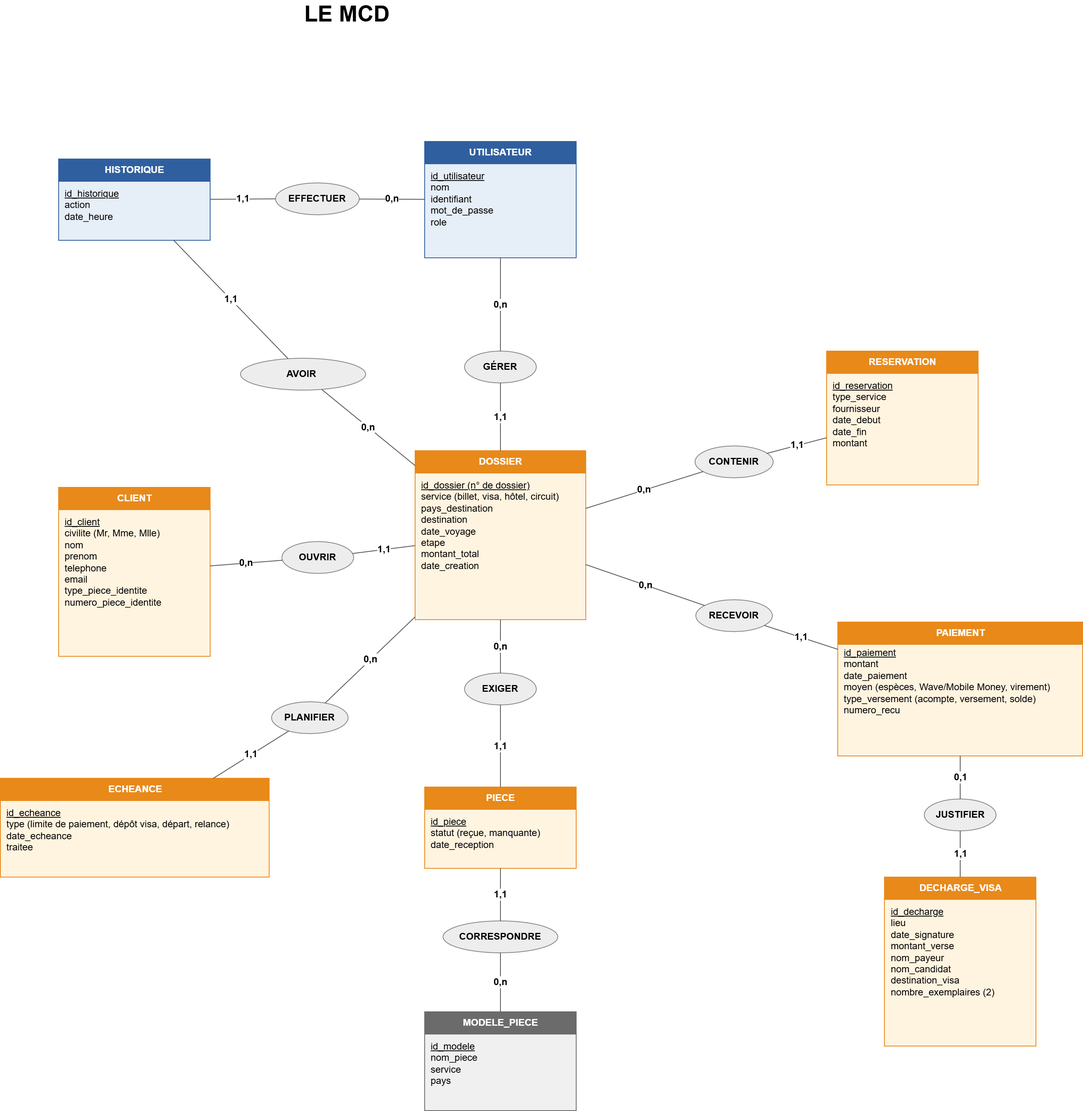
Earlier version of the draw.io export modelisation/mcd.png (Desire6893/agence-de-voyage). Source tidied: cells renumbered, new cells last; positions are measured from the earlier drawing's top-left corner, leaving out a move shared by most shapes.
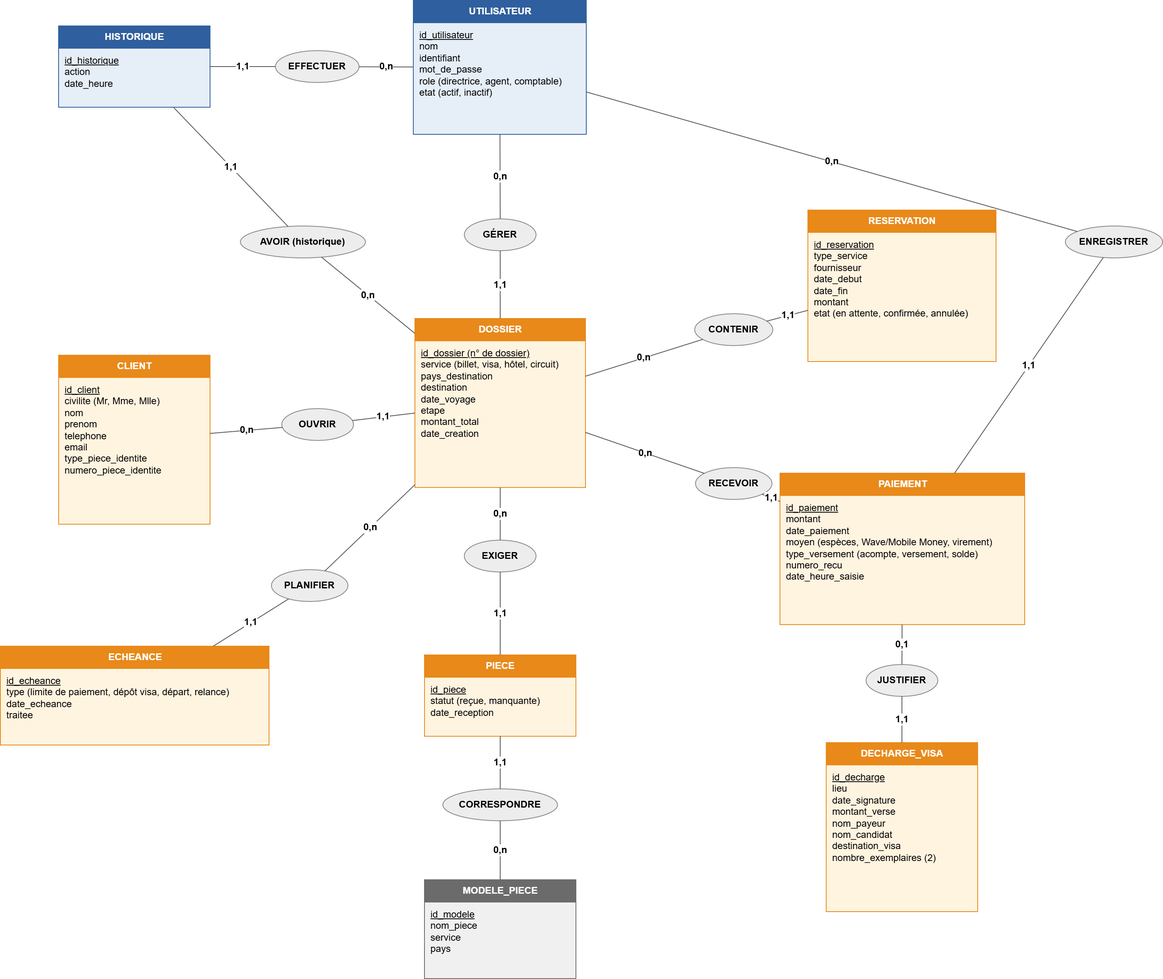
Above is the later version.

Commit message:
Mise à jour du mcd

What changed in the source:
```diff
@@ -15,31 +15,31 @@
       <mxGeometry y="30" width="214" height="180" as="geometry" />
     </mxCell>
     <mxCell id="6" value="UTILISATEUR" style="swimlane;fontStyle=1;startSize=28;fillColor=#2F5F9E;fontColor=#FFFFFF;strokeColor=#2F5F9E;swimlaneFillColor=#E6EEF8;html=1;" parent="1" vertex="1">
-      <mxGeometry x="532" y="175" width="190" height="146" as="geometry" />
+      <mxGeometry x="518" y="164" width="217" height="168" as="geometry" />
     </mxCell>
-    <mxCell id="7" value="&lt;u&gt;id_utilisateur&lt;/u&gt;&lt;br&gt;nom&lt;br&gt;identifiant&lt;br&gt;mot_de_passe&lt;br&gt;role" style="text;html=1;align=left;verticalAlign=top;spacingLeft=6;whiteSpace=wrap;fontSize=12;" parent="6" vertex="1">
-      <mxGeometry y="30" width="190" height="114" as="geometry" />
+    <mxCell id="7" value="&lt;u&gt;id_utilisateur&lt;/u&gt;&lt;br&gt;nom&lt;br&gt;identifiant&lt;br&gt;mot_de_passe&lt;br&gt;role (directrice, agent, comptable)&lt;br&gt;etat (actif, inactif)" style="text;html=1;align=left;verticalAlign=top;spacingLeft=6;whiteSpace=wrap;fontSize=12;" parent="6" vertex="1">
+      <mxGeometry y="30" width="217" height="136" as="geometry" />
     </mxCell>
     <mxCell id="8" value="HISTORIQUE" style="swimlane;fontStyle=1;startSize=28;fillColor=#2F5F9E;fontColor=#FFFFFF;strokeColor=#2F5F9E;swimlaneFillColor=#E6EEF8;html=1;" parent="1" vertex="1">
-      <mxGeometry x="73" y="197" width="190" height="102" as="geometry" />
+      <mxGeometry x="73" y="196" width="190" height="102" as="geometry" />
     </mxCell>
     <mxCell id="9" value="&lt;u&gt;id_historique&lt;/u&gt;&lt;br&gt;action&lt;br&gt;date_heure" style="text;html=1;align=left;verticalAlign=top;spacingLeft=6;whiteSpace=wrap;fontSize=12;" parent="8" vertex="1">
       <mxGeometry y="30" width="190" height="70" as="geometry" />
     </mxCell>
     <mxCell id="10" value="RESERVATION" style="swimlane;fontStyle=1;startSize=28;fillColor=#E8891A;fontColor=#FFFFFF;strokeColor=#E8891A;swimlaneFillColor=#FFF4E0;html=1;" parent="1" vertex="1">
-      <mxGeometry x="1036" y="438" width="190" height="168" as="geometry" />
+      <mxGeometry x="1013" y="427" width="236" height="190" as="geometry" />
     </mxCell>
-    <mxCell id="11" value="&lt;u&gt;id_reservation&lt;/u&gt;&lt;br&gt;type_service&lt;br&gt;fournisseur&lt;br&gt;date_debut&lt;br&gt;date_fin&lt;br&gt;montant" style="text;html=1;align=left;verticalAlign=top;spacingLeft=6;whiteSpace=wrap;fontSize=12;" parent="10" vertex="1">
-      <mxGeometry y="30" width="190" height="136" as="geometry" />
+    <mxCell id="11" value="&lt;u&gt;id_reservation&lt;/u&gt;&lt;br&gt;type_service&lt;br&gt;fournisseur&lt;br&gt;date_debut&lt;br&gt;date_fin&lt;br&gt;montant&lt;br&gt;etat (en attente, confirmée, annulée)" style="text;html=1;align=left;verticalAlign=top;spacingLeft=6;whiteSpace=wrap;fontSize=12;" parent="10" vertex="1">
+      <mxGeometry y="30" width="236" height="158" as="geometry" />
     </mxCell>
     <mxCell id="12" value="PAIEMENT" style="swimlane;fontStyle=1;startSize=28;fillColor=#E8891A;fontColor=#FFFFFF;strokeColor=#E8891A;swimlaneFillColor=#FFF4E0;html=1;" parent="1" vertex="1">
-      <mxGeometry x="1050" y="778" width="307" height="168" as="geometry" />
+      <mxGeometry x="978" y="757" width="307" height="190" as="geometry" />
     </mxCell>
-    <mxCell id="13" value="&lt;u&gt;id_paiement&lt;/u&gt;&lt;br&gt;montant&lt;br&gt;date_paiement&lt;br&gt;moyen (espèces, Wave/Mobile Money, virement)&lt;br&gt;type_versement (acompte, versement, solde)&lt;br&gt;numero_recu" style="text;html=1;align=left;verticalAlign=top;spacingLeft=6;whiteSpace=wrap;fontSize=12;" parent="12" vertex="1">
-      <mxGeometry x="-0.5" y="25" width="307" height="136" as="geometry" />
+    <mxCell id="13" value="&lt;u&gt;id_paiement&lt;/u&gt;&lt;br&gt;montant&lt;br&gt;date_paiement&lt;br&gt;moyen (espèces, Wave/Mobile Money, virement)&lt;br&gt;type_versement (acompte, versement, solde)&lt;br&gt;numero_recu&lt;br&gt;date_heure_saisie" style="text;html=1;align=left;verticalAlign=top;spacingLeft=6;whiteSpace=wrap;fontSize=12;" parent="12" vertex="1">
+      <mxGeometry y="30" width="307" height="158" as="geometry" />
     </mxCell>
     <mxCell id="14" value="DECHARGE_VISA" style="swimlane;fontStyle=1;startSize=28;fillColor=#E8891A;fontColor=#FFFFFF;strokeColor=#E8891A;swimlaneFillColor=#FFF4E0;html=1;" parent="1" vertex="1">
-      <mxGeometry x="1108.5" y="1098" width="190" height="212" as="geometry" />
+      <mxGeometry x="1036" y="1095" width="190" height="212" as="geometry" />
     </mxCell>
     <mxCell id="15" value="&lt;u&gt;id_decharge&lt;/u&gt;&lt;br&gt;lieu&lt;br&gt;date_signature&lt;br&gt;montant_verse&lt;br&gt;nom_payeur&lt;br&gt;nom_candidat&lt;br&gt;destination_visa&lt;br&gt;nombre_exemplaires (2)" style="text;html=1;align=left;verticalAlign=top;spacingLeft=6;whiteSpace=wrap;fontSize=12;" parent="14" vertex="1">
       <mxGeometry y="30" width="190" height="180" as="geometry" />
@@ -63,7 +63,7 @@
       <mxGeometry y="30" width="337" height="92" as="geometry" />
     </mxCell>
     <mxCell id="22" value="OUVRIR" style="ellipse;whiteSpace=wrap;html=1;fillColor=#EDEDED;strokeColor=#888888;fontStyle=1;fontSize=12;" parent="1" vertex="1">
-      <mxGeometry x="353" y="677" width="90" height="40" as="geometry" />
+      <mxGeometry x="353" y="676" width="90" height="40" as="geometry" />
     </mxCell>
     <mxCell id="23" value="GÉRER" style="ellipse;whiteSpace=wrap;html=1;fillColor=#EDEDED;strokeColor=#888888;fontStyle=1;fontSize=12;" parent="1" vertex="1">
       <mxGeometry x="582" y="438" width="90" height="40" as="geometry" />
@@ -71,7 +71,7 @@
     <mxCell id="24" value="EFFECTUER" style="ellipse;whiteSpace=wrap;html=1;fillColor=#EDEDED;strokeColor=#888888;fontStyle=1;fontSize=12;" parent="1" vertex="1">
       <mxGeometry x="345" y="227" width="105" height="40" as="geometry" />
     </mxCell>
-    <mxCell id="25" value="AVOIR&amp;nbsp;" style="ellipse;whiteSpace=wrap;html=1;fillColor=#EDEDED;strokeColor=#888888;fontStyle=1;fontSize=12;" parent="1" vertex="1">
+    <mxCell id="25" value="AVOIR (historique)" style="ellipse;whiteSpace=wrap;html=1;fillColor=#EDEDED;strokeColor=#888888;fontStyle=1;fontSize=12;" parent="1" vertex="1">
       <mxGeometry x="301" y="447" width="157" height="40" as="geometry" />
     </mxCell>
     <mxCell id="26" value="CONTENIR" style="ellipse;whiteSpace=wrap;html=1;fillColor=#EDEDED;strokeColor=#888888;fontStyle=1;fontSize=12;" parent="1" vertex="1">
@@ -81,14 +81,17 @@
       <mxGeometry x="872" y="750" width="96" height="40" as="geometry" />
     </mxCell>
     <mxCell id="28" value="JUSTIFIER" style="ellipse;whiteSpace=wrap;html=1;fillColor=#EDEDED;strokeColor=#888888;fontStyle=1;fontSize=12;" parent="1" vertex="1">
-      <mxGeometry x="1158.5" y="1000" width="90" height="40" as="geometry" />
+      <mxGeometry x="1086" y="997" width="90" height="40" as="geometry" />
     </mxCell>
     <mxCell id="29" value="EXIGER" style="ellipse;whiteSpace=wrap;html=1;fillColor=#EDEDED;strokeColor=#888888;fontStyle=1;fontSize=12;" parent="1" vertex="1">
-      <mxGeometry x="582" y="842" width="90" height="40" as="geometry" />
+      <mxGeometry x="582" y="841" width="90" height="40" as="geometry" />
     </mxCell>
     <mxCell id="30" value="CORRESPONDRE" style="ellipse;whiteSpace=wrap;html=1;fillColor=#EDEDED;strokeColor=#888888;fontStyle=1;fontSize=12;" parent="1" vertex="1">
       <mxGeometry x="555" y="1153" width="144" height="40" as="geometry" />
     </mxCell>
+    <mxCell id="53" value="ENREGISTRER" style="ellipse;whiteSpace=wrap;html=1;fillColor=#EDEDED;strokeColor=#888888;fontStyle=1;fontSize=12;" parent="1" vertex="1">
+      <mxGeometry x="1336" y="447" width="122" height="40" as="geometry" />
+    </mxCell>
     <mxCell id="31" value="PLANIFIER" style="ellipse;whiteSpace=wrap;html=1;fillColor=#EDEDED;strokeColor=#888888;fontStyle=1;fontSize=12;" parent="1" vertex="1">
       <mxGeometry x="340" y="878" width="96" height="40" as="geometry" />
     </mxCell>
@@ -146,14 +149,17 @@
     <mxCell id="49" value="1,1" style="endArrow=none;strokeColor=#555555;fontStyle=1;fontSize=12;labelBackgroundColor=#FFFFFF;html=1;" parent="1" edge="1" source="30" target="16">
       <mxGeometry relative="1" as="geometry" />
     </mxCell>
-    <mxCell id="50" value="0,n" style="endArrow=none;strokeColor=#555555;fontStyle=1;fontSize=12;labelBackgroundColor=#FFFFFF;html=1;" parent="1" edge="1" source="4" target="31">
+    <mxCell id="50" value="0,n" style="endArrow=none;strokeColor=#555555;fontStyle=1;fontSize=12;labelBackgroundColor=#FFFFFF;html=1;" parent="1" edge="1" source="6" target="53">
       <mxGeometry relative="1" as="geometry" />
     </mxCell>
-    <mxCell id="51" value="1,1" style="endArrow=none;strokeColor=#555555;fontStyle=1;fontSize=12;labelBackgroundColor=#FFFFFF;html=1;" parent="1" edge="1" source="31" target="20">
+    <mxCell id="51" value="1,1" style="endArrow=none;strokeColor=#555555;fontStyle=1;fontSize=12;labelBackgroundColor=#FFFFFF;html=1;" parent="1" edge="1" source="53" target="12">
       <mxGeometry relative="1" as="geometry" />
     </mxCell>
-    <mxCell id="52" value="&lt;b&gt;&lt;font style=&quot;font-size: 28px;&quot;&gt;LE MCD&lt;/font&gt;&lt;/b&gt;" style="text;html=1;whiteSpace=wrap;strokeColor=none;fillColor=none;align=center;verticalAlign=middle;rounded=0;" parent="1" vertex="1">
-      <mxGeometry x="315" width="240" height="30" as="geometry" />
-    </mxCell>
+    <mxCell id="54" value="0,n" style="endArrow=none;strokeColor=#555555;fontStyle=1;fontSize=12;labelBackgroundColor=#FFFFFF;html=1;" parent="1" edge="1" source="4" target="31">
+      <mxGeometry relative="1" as="geometry" />
+    </mxCell>
+    <mxCell id="55" value="1,1" style="endArrow=none;strokeColor=#555555;fontStyle=1;fontSize=12;labelBackgroundColor=#FFFFFF;html=1;" parent="1" edge="1" source="31" target="20">
+      <mxGeometry relative="1" as="geometry" />
+    </mxCell>
   </root>
 </mxGraphModel>
```
